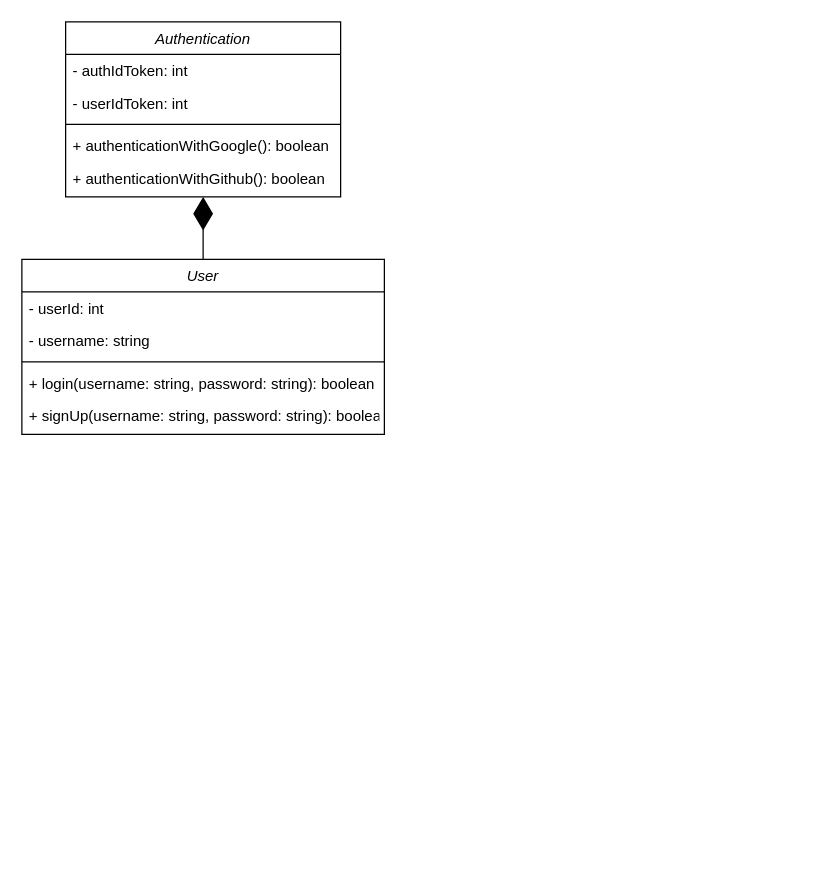
Earlier version of the draw.io diagram Class Diagram.drawio (Harshul1484/BMP-). Source tidied: cells renumbered, new cells numbered last; positions are measured from the earlier drawing's top-left corner, leaving out a move shared by most shapes. Both pictures are drawn from the tidied source at 125%, with x=0, y=0 at pixel (21, 21).
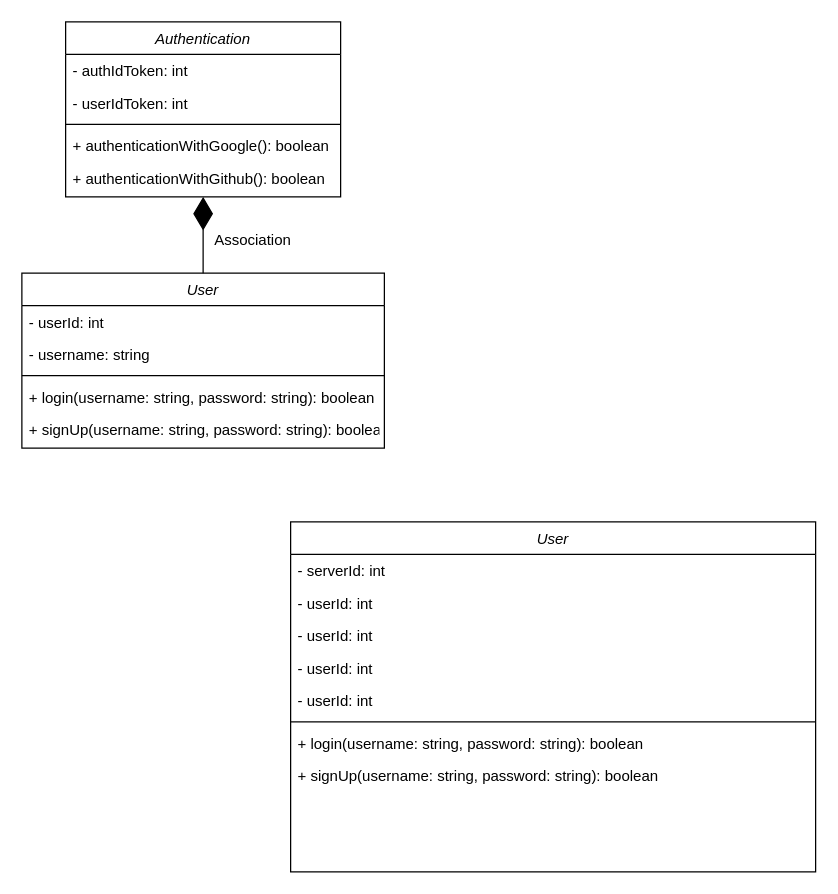
The same page after the edit.

The edit, as a diff of the source:
```diff
@@
     <mxCell id="8" value="User" style="swimlane;fontStyle=2;align=center;verticalAlign=top;horizontal=1;startSize=26;rounded=0;shadow=0;strokeWidth=1;" parent="1" vertex="1">
-      <mxGeometry y="190" width="290" height="140" as="geometry" />
+      <mxGeometry y="201" width="290" height="140" as="geometry" />
     </mxCell>
@@
+    <mxCell id="15" value="Association" style="text;html=1;align=center;verticalAlign=middle;whiteSpace=wrap;rounded=0;" parent="1" vertex="1">
+      <mxGeometry x="155" y="160" width="60" height="30" as="geometry" />
+    </mxCell>
+    <mxCell id="16" value="User" style="swimlane;fontStyle=2;align=center;verticalAlign=top;horizontal=1;startSize=26;rounded=0;shadow=0;strokeWidth=1;" parent="1" vertex="1">
+      <mxGeometry x="215" y="400" width="420" height="280" as="geometry" />
+    </mxCell>
+    <mxCell id="17" value="- serverId: int" style="text;align=left;verticalAlign=top;spacingLeft=4;spacingRight=4;overflow=hidden;" parent="16" vertex="1">
+      <mxGeometry y="26" width="420" height="26" as="geometry" />
+    </mxCell>
+    <mxCell id="18" value="- userId: int" style="text;align=left;verticalAlign=top;spacingLeft=4;spacingRight=4;overflow=hidden;" parent="16" vertex="1">
+      <mxGeometry y="52" width="420" height="26" as="geometry" />
+    </mxCell>
+    <mxCell id="19" value="- userId: int" style="text;align=left;verticalAlign=top;spacingLeft=4;spacingRight=4;overflow=hidden;" parent="16" vertex="1">
+      <mxGeometry y="78" width="420" height="26" as="geometry" />
+    </mxCell>
+    <mxCell id="20" value="- userId: int" style="text;align=left;verticalAlign=top;spacingLeft=4;spacingRight=4;overflow=hidden;" parent="16" vertex="1">
+      <mxGeometry y="104" width="420" height="26" as="geometry" />
+    </mxCell>
+    <mxCell id="21" value="- userId: int" style="text;align=left;verticalAlign=top;spacingLeft=4;spacingRight=4;overflow=hidden;" parent="16" vertex="1">
+      <mxGeometry y="130" width="420" height="26" as="geometry" />
+    </mxCell>
+    <mxCell id="22" style="line;html=1;strokeWidth=1;align=left;verticalAlign=middle;spacingTop=-1;spacingLeft=3;spacingRight=3;labelPosition=right;" parent="16" vertex="1">
+      <mxGeometry y="156" width="420" height="8" as="geometry" />
+    </mxCell>
+    <mxCell id="23" value="+ login(username: string, password: string): boolean" style="text;align=left;verticalAlign=top;spacingLeft=4;spacingRight=4;overflow=hidden;" parent="16" vertex="1">
+      <mxGeometry y="164" width="420" height="26" as="geometry" />
+    </mxCell>
+    <mxCell id="24" value="+ signUp(username: string, password: string): boolean" style="text;align=left;verticalAlign=top;spacingLeft=4;spacingRight=4;overflow=hidden;" parent="16" vertex="1">
+      <mxGeometry y="190" width="420" height="28" as="geometry" />
+    </mxCell>
```
